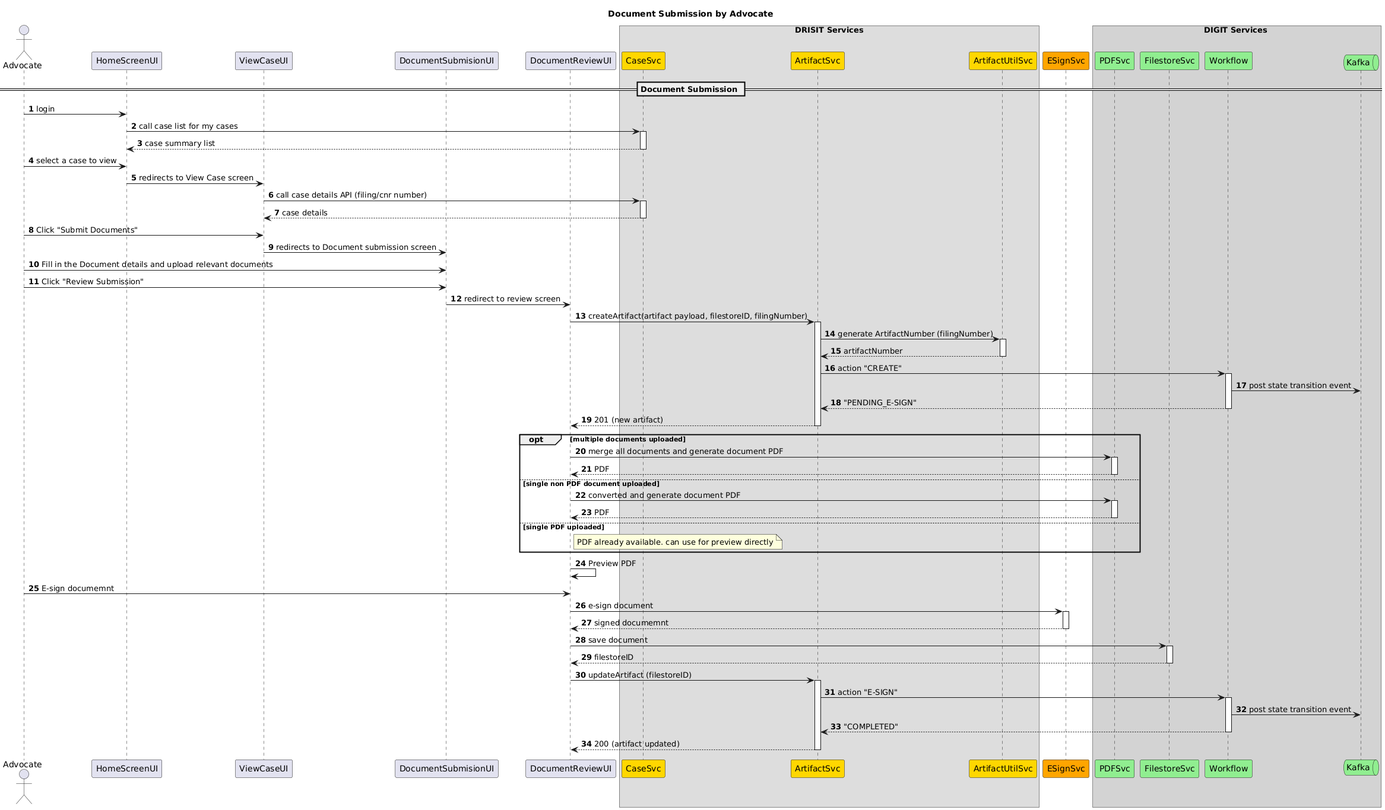
Above: docs/UI_Sequence_Diagrams/DocumentSubmission/Diagrams/Advocate_Document_Submission.png in pucardotorg/dristi-solutions (PlantUML), before the change. Source of this version:
```plantuml
@startuml
autonumber
skinparam responseMessageBelowArrow true

title "Document Submission by Advocate"

actor Advocate as A

participant HomeScreenUI as HU
participant ViewCaseUI as VU
participant DocumentSubmisionUI as DU
participant DocumentReviewUI as DRU


box DRISIT Services
participant CaseSvc as CS #gold
participant ArtifactSvc as ARS #gold
participant ArtifactUtilSvc as ARUS #gold
end box

participant ESignSvc as ES #orange

box DIGIT Services #lightgray
participant PDFSvc as PS #lightgreen
participant FilestoreSvc as FS #lightgreen
participant Workflow as W #lightgreen
queue Kafka as K #lightgreen
end box

== Document Submission ==
A->HU: login
HU->CS++: call case list for my cases
return case summary list
A->HU: select a case to view
HU->VU: redirects to View Case screen
VU->CS++: call case details API (filing/cnr number)
return case details
A->VU: Click "Submit Documents"
VU->DU: redirects to Document submission screen
A->DU: Fill in the Document details and upload relevant documents
A->DU: Click "Review Submission"
DU->DRU: redirect to review screen
DRU->ARS++: createArtifact(artifact payload, filestoreID, filingNumber)
ARS->ARUS++: generate ArtifactNumber (filingNumber)
return artifactNumber
ARS->W++: action "CREATE"
W->K: post state transition event
return "PENDING_E-SIGN"
return 201 (new artifact)
opt multiple documents uploaded
DRU->PS++: merge all documents and generate document PDF
return PDF
else single non PDF document uploaded
DRU->PS++: converted and generate document PDF
return PDF
else single PDF uploaded
note right of DRU: PDF already available. can use for preview directly
end
DRU->DRU: Preview PDF
A->DRU: E-sign documemnt
DRU->ES++: e-sign document
return signed documemnt
DRU->FS++: save document
return filestoreID
DRU->ARS++: updateArtifact (filestoreID)
ARS->W++: action "E-SIGN"
W->K: post state transition event
return "COMPLETED"
return 200 (artifact updated)
@enduml
```
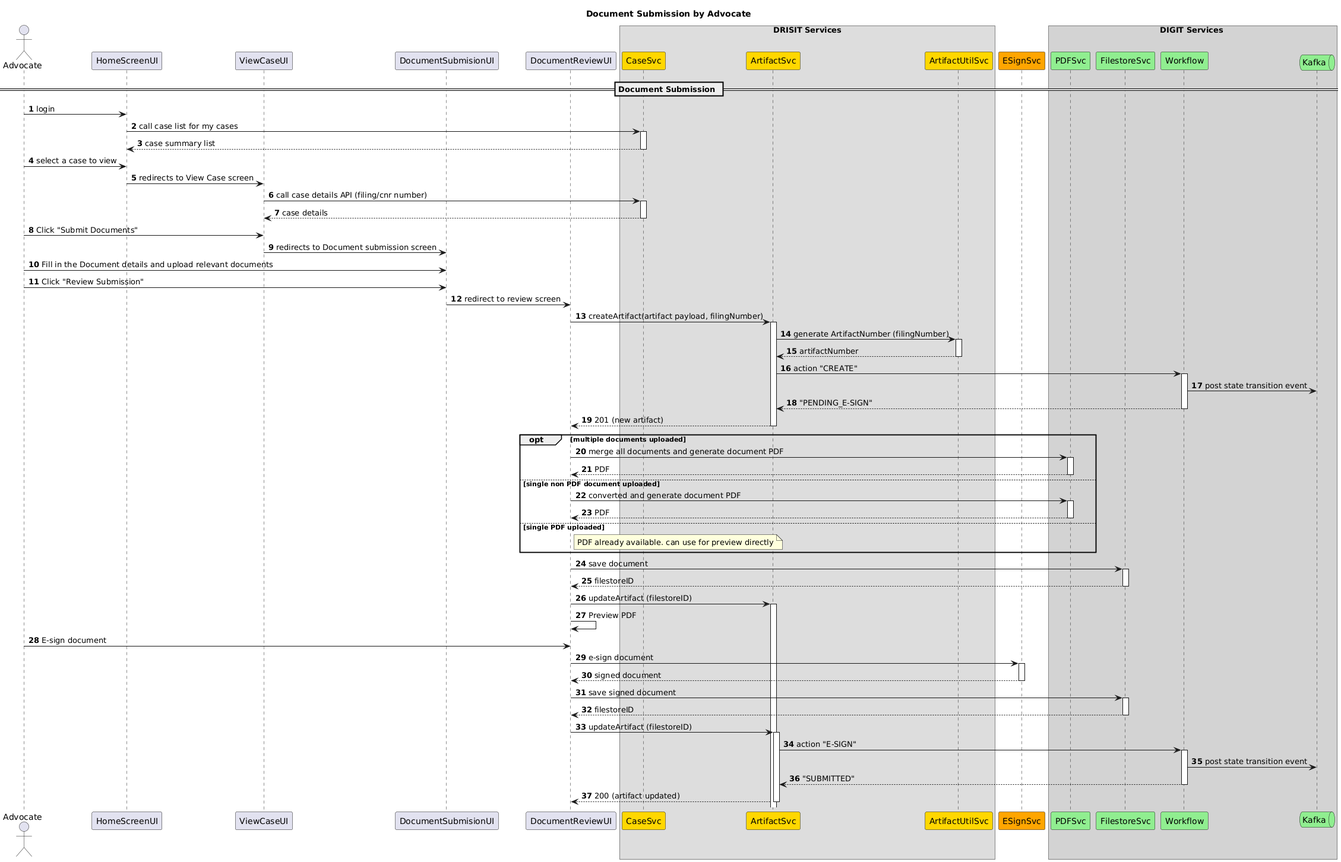
After the commit.

Commit message:
document submission related updates to workflow, sequence diagram and even the API

What changed in the source:
```diff
@@ -40,7 +40,7 @@
 A->DU: Fill in the Document details and upload relevant documents
 A->DU: Click "Review Submission"
 DU->DRU: redirect to review screen
-DRU->ARS++: createArtifact(artifact payload, filestoreID, filingNumber)
+DRU->ARS++: createArtifact(artifact payload, filingNumber)
 ARS->ARUS++: generate ArtifactNumber (filingNumber)
 return artifactNumber
 ARS->W++: action "CREATE"
@@ -56,15 +56,18 @@
 else single PDF uploaded
 note right of DRU: PDF already available. can use for preview directly
 end
+DRU->FS++: save document
+return filestoreID
+DRU->ARS++: updateArtifact (filestoreID)
 DRU->DRU: Preview PDF
-A->DRU: E-sign documemnt
+A->DRU: E-sign document
 DRU->ES++: e-sign document
-return signed documemnt
-DRU->FS++: save document
+return signed document
+DRU->FS++: save signed document
 return filestoreID
 DRU->ARS++: updateArtifact (filestoreID)
 ARS->W++: action "E-SIGN"
 W->K: post state transition event
-return "COMPLETED"
+return "SUBMITTED"
 return 200 (artifact updated)
 @enduml
```
